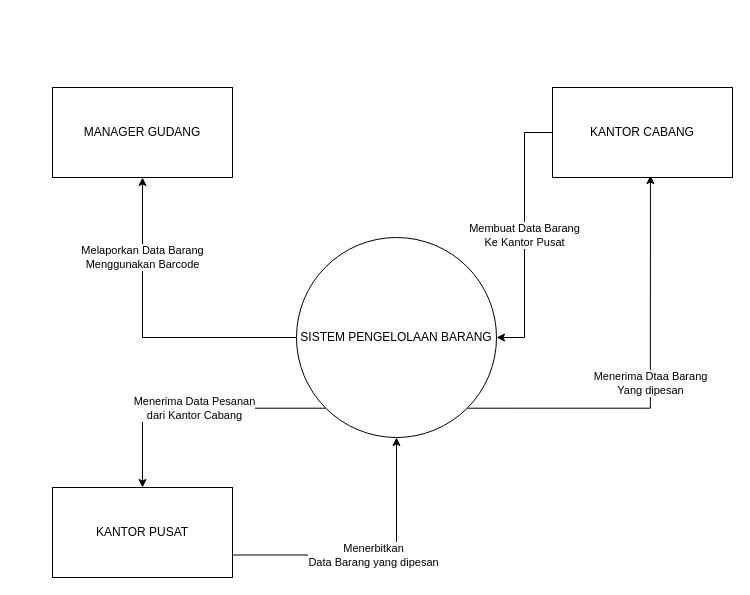
Earlier version of the draw.io diagram UAS2.drawio (muhamad-bari/buat-contoh). Source tidied: cells renumbered, new cells numbered last; positions are measured from the earlier drawing's top-left corner, leaving out a move shared by most shapes. Both pictures are drawn from the tidied source at 100%, with x=0, y=0 at pixel (52, 87).
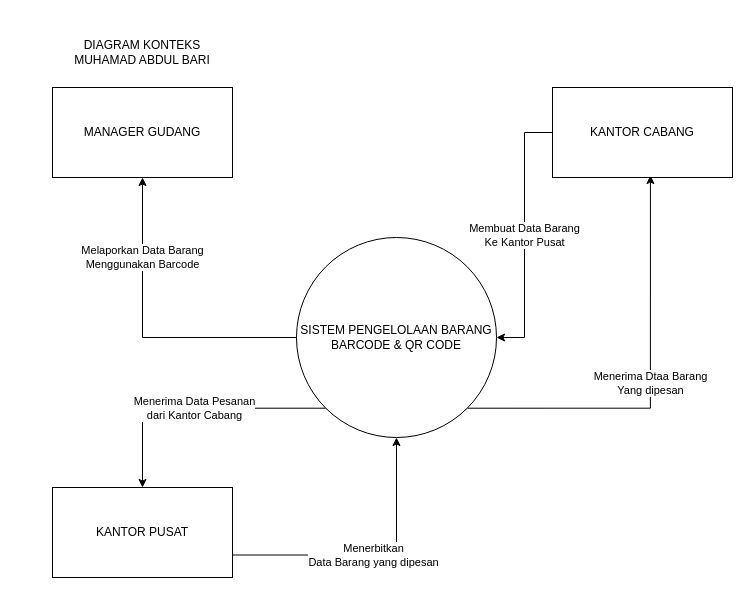
After the change.

What changed in the source:
```diff
@@
 <mxGraphModel>
   <root>
     <mxCell id="0" />
     <mxCell id="1" parent="0" />
     <mxCell id="2" value="&lt;div&gt;Melaporkan Data Barang &lt;br&gt;&lt;/div&gt;&lt;div&gt;Menggunakan Barcode &lt;/div&gt;" style="edgeStyle=orthogonalEdgeStyle;rounded=0;jettySize=auto;html=1;entryX=0.5;entryY=1;entryDx=0;entryDy=0;" parent="1" edge="1" source="5" target="6">
       <mxGeometry x="0.49" relative="1" as="geometry" />
     </mxCell>
     <mxCell id="3" value="&lt;div&gt;Menerima Dtaa Barang&lt;/div&gt;&lt;div&gt;Yang dipesan&lt;br&gt;&lt;/div&gt;" style="edgeStyle=orthogonalEdgeStyle;rounded=0;jettySize=auto;html=1;exitX=1;exitY=1;exitDx=0;exitDy=0;entryX=0.544;entryY=0.978;entryDx=0;entryDy=0;entryPerimeter=0;" parent="1" edge="1" source="5" target="8">
       <mxGeometry relative="1" as="geometry" />
     </mxCell>
     <mxCell id="4" value="&lt;div&gt;Menerima Data Pesanan&lt;/div&gt;&lt;div&gt;dari Kantor Cabang&lt;br&gt;&lt;/div&gt;" style="edgeStyle=orthogonalEdgeStyle;rounded=0;jettySize=auto;html=1;exitX=0;exitY=1;exitDx=0;exitDy=0;" parent="1" edge="1" source="5" target="10">
       <mxGeometry relative="1" as="geometry" />
     </mxCell>
-    <mxCell id="5" value="SISTEM PENGELOLAAN BARANG" style="ellipse;whiteSpace=wrap;html=1;" parent="1" vertex="1">
+    <mxCell id="5" value="&lt;div&gt;SISTEM PENGELOLAAN BARANG&lt;/div&gt;&lt;div&gt;BARCODE &amp;amp; QR CODE&lt;br&gt;&lt;/div&gt;" style="ellipse;whiteSpace=wrap;html=1;" parent="1" vertex="1">
       <mxGeometry x="244" y="150" width="200" height="200" as="geometry" />
     </mxCell>
     <mxCell id="6" value="MANAGER GUDANG" style="rounded=0;whiteSpace=wrap;html=1;" parent="1" vertex="1">
       <mxGeometry width="180" height="90" as="geometry" />
     </mxCell>
     <mxCell id="7" value="&lt;div&gt;Membuat Data Barang&lt;/div&gt;&lt;div&gt;Ke Kantor Pusat&lt;br&gt;&lt;/div&gt;" style="edgeStyle=orthogonalEdgeStyle;rounded=0;jettySize=auto;html=1;entryX=1;entryY=0.5;entryDx=0;entryDy=0;" parent="1" edge="1" source="8" target="5">
       <mxGeometry relative="1" as="geometry" />
     </mxCell>
     <mxCell id="8" value="KANTOR CABANG" style="rounded=0;whiteSpace=wrap;html=1;" parent="1" vertex="1">
       <mxGeometry x="500" width="180" height="90" as="geometry" />
     </mxCell>
     <mxCell id="9" value="&lt;div&gt;Menerbitkan&lt;/div&gt;&lt;div&gt;Data Barang yang dipesan&lt;br&gt;&lt;/div&gt;" style="edgeStyle=orthogonalEdgeStyle;rounded=0;jettySize=auto;html=1;exitX=1;exitY=0.75;exitDx=0;exitDy=0;entryX=0.5;entryY=1;entryDx=0;entryDy=0;" parent="1" edge="1" source="10" target="5">
       <mxGeometry relative="1" as="geometry" />
     </mxCell>
     <mxCell id="10" value="KANTOR PUSAT" style="rounded=0;whiteSpace=wrap;html=1;" parent="1" vertex="1">
       <mxGeometry y="400" width="180" height="90" as="geometry" />
     </mxCell>
+    <mxCell id="11" value="&lt;div&gt;DIAGRAM KONTEKS&lt;/div&gt;&lt;div&gt;MUHAMAD ABDUL BARI&lt;br&gt;&lt;/div&gt;" style="text;html=1;strokeColor=none;fillColor=none;align=center;verticalAlign=middle;whiteSpace=wrap;rounded=0;" parent="1" vertex="1">
+      <mxGeometry x="-35" y="-70" width="250" height="70" as="geometry" />
+    </mxCell>
   </root>
 </mxGraphModel>
```
